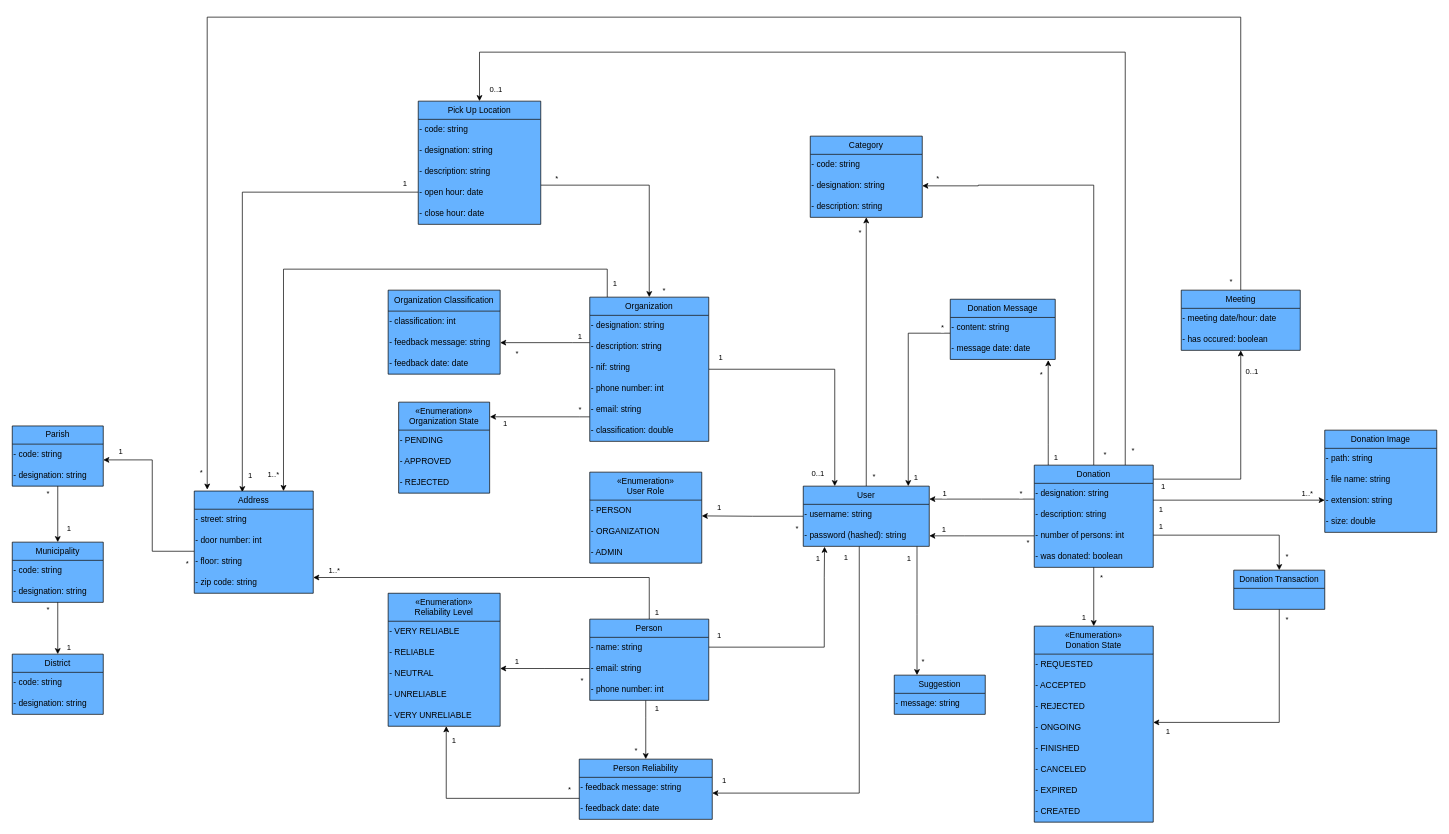
Earlier version of the draw.io diagram domain_model.drawio (Symbolism00/ReDoar). Source tidied: cells renumbered, new cells numbered last; positions are measured from the earlier drawing's top-left corner, leaving out a move shared by most shapes. Both pictures are drawn from the tidied source at 70%, with x=0, y=0 at pixel (12, 17).
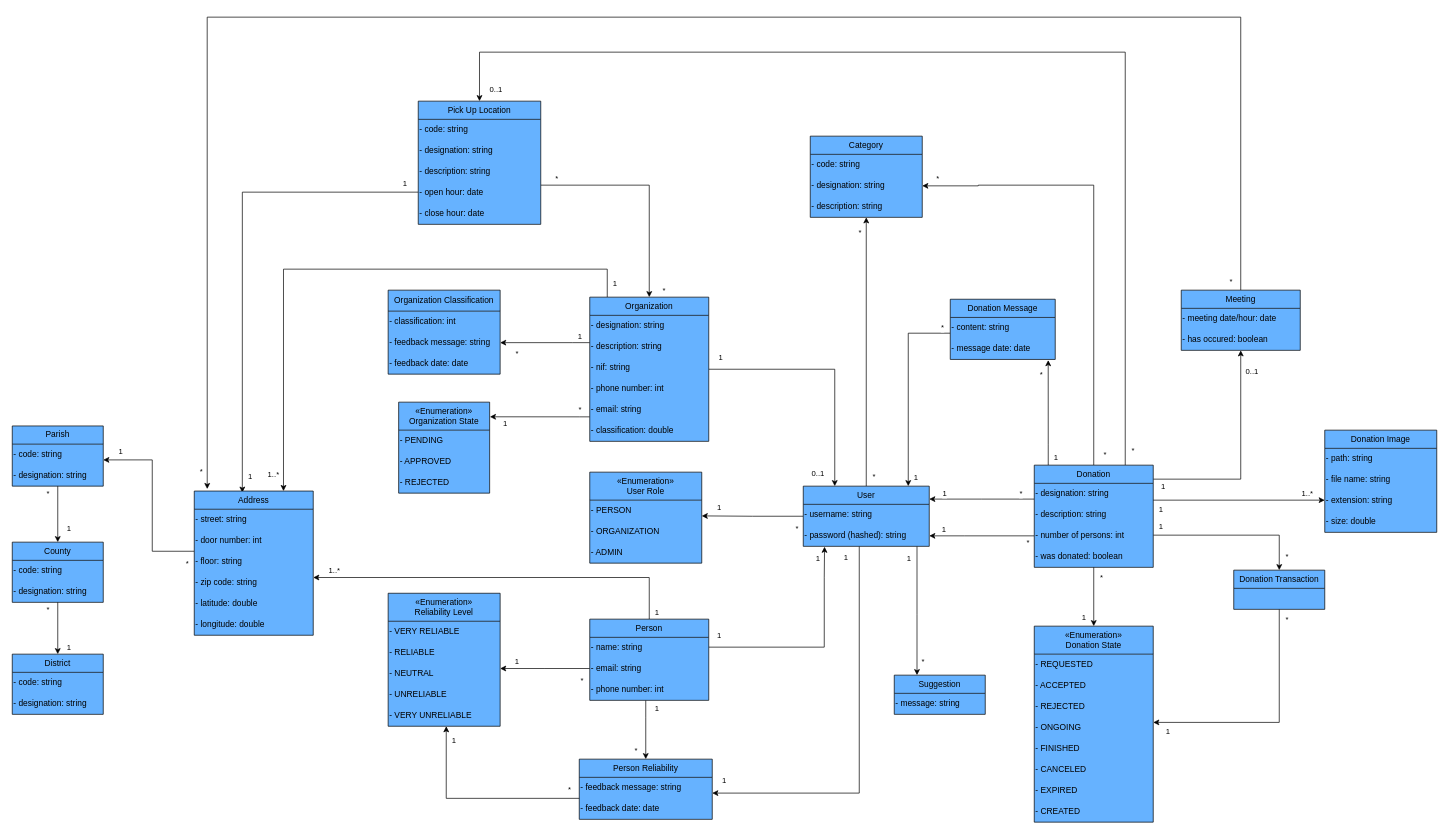
The same page after the edit.

Diff of the diagram source:
```diff
@@
     <mxCell id="83" value="Address" style="swimlane;fontStyle=0;horizontal=1;startSize=26;fillColor=#66B2FF;whiteSpace=wrap;html=1;strokeColor=#000000;gradientColor=none;swimlaneFillColor=#66B2FF;" parent="1" vertex="1">
-      <mxGeometry x="260" y="677" width="170" height="146" as="geometry" />
+      <mxGeometry x="260" y="677" width="170" height="206" as="geometry" />
     </mxCell>
@@
+    <mxCell id="179" value="- latitude: double" style="text;html=1;strokeColor=none;fillColor=none;align=left;verticalAlign=middle;whiteSpace=wrap;rounded=0;" parent="83" vertex="1">
+      <mxGeometry y="146" width="170" height="30" as="geometry" />
+    </mxCell>
+    <mxCell id="180" value="- longitude: double" style="text;html=1;strokeColor=none;fillColor=none;align=left;verticalAlign=middle;whiteSpace=wrap;rounded=0;" parent="83" vertex="1">
+      <mxGeometry y="176" width="170" height="30" as="geometry" />
+    </mxCell>
@@
-    <mxCell id="115" value="Municipality" style="swimlane;fontStyle=0;horizontal=1;startSize=26;fillColor=#66B2FF;whiteSpace=wrap;html=1;strokeColor=#000000;gradientColor=none;swimlaneFillColor=#66B2FF;" parent="1" vertex="1">
+    <mxCell id="115" value="County" style="swimlane;fontStyle=0;horizontal=1;startSize=26;fillColor=#66B2FF;whiteSpace=wrap;html=1;strokeColor=#000000;gradientColor=none;swimlaneFillColor=#66B2FF;" parent="1" vertex="1">
       <mxGeometry y="750" width="130" height="86" as="geometry" />
     </mxCell>
```
